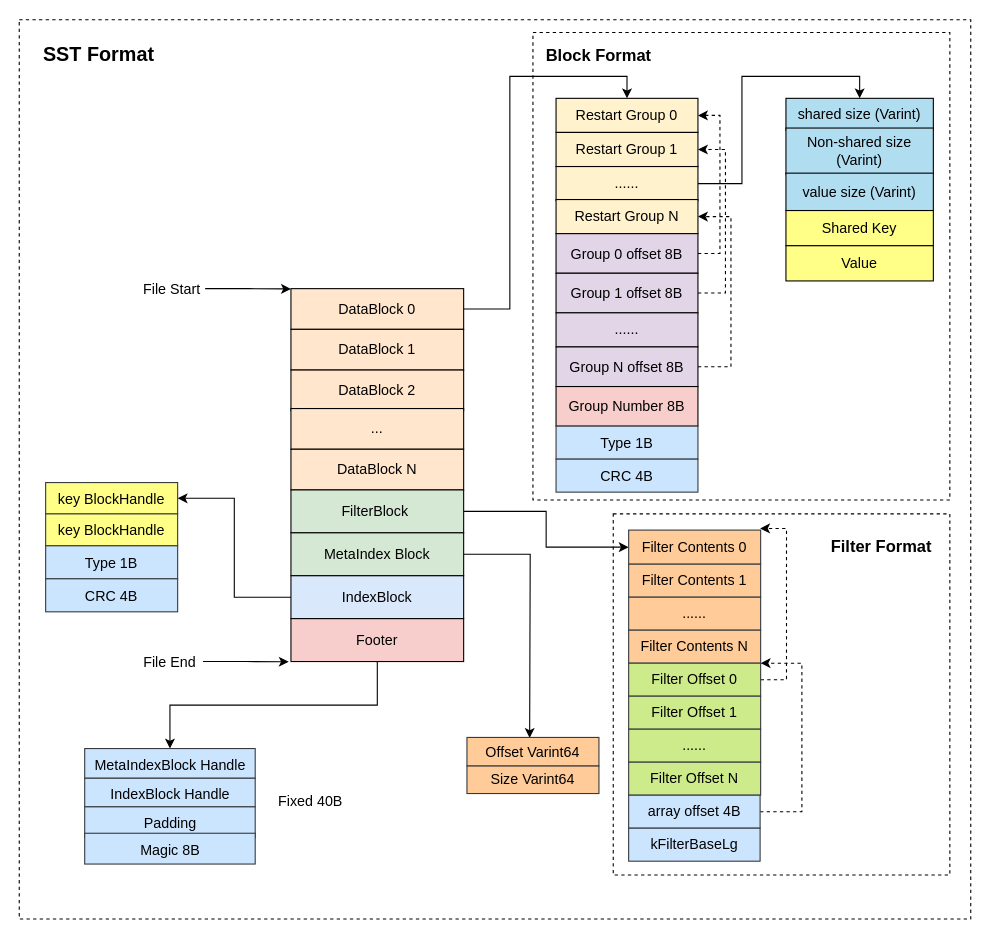
Before: page "第 1 页" (1 of 2) of LevelDB Code.drawio in Holworth/DrawIO, a draw.io diagram. Source tidied: cells renumbered, new cells numbered last; positions are measured from the earlier drawing's top-left corner, leaving out a move shared by most shapes. Both pictures are drawn from the tidied source at 110%, with x=0, y=0 at pixel (19, 19).
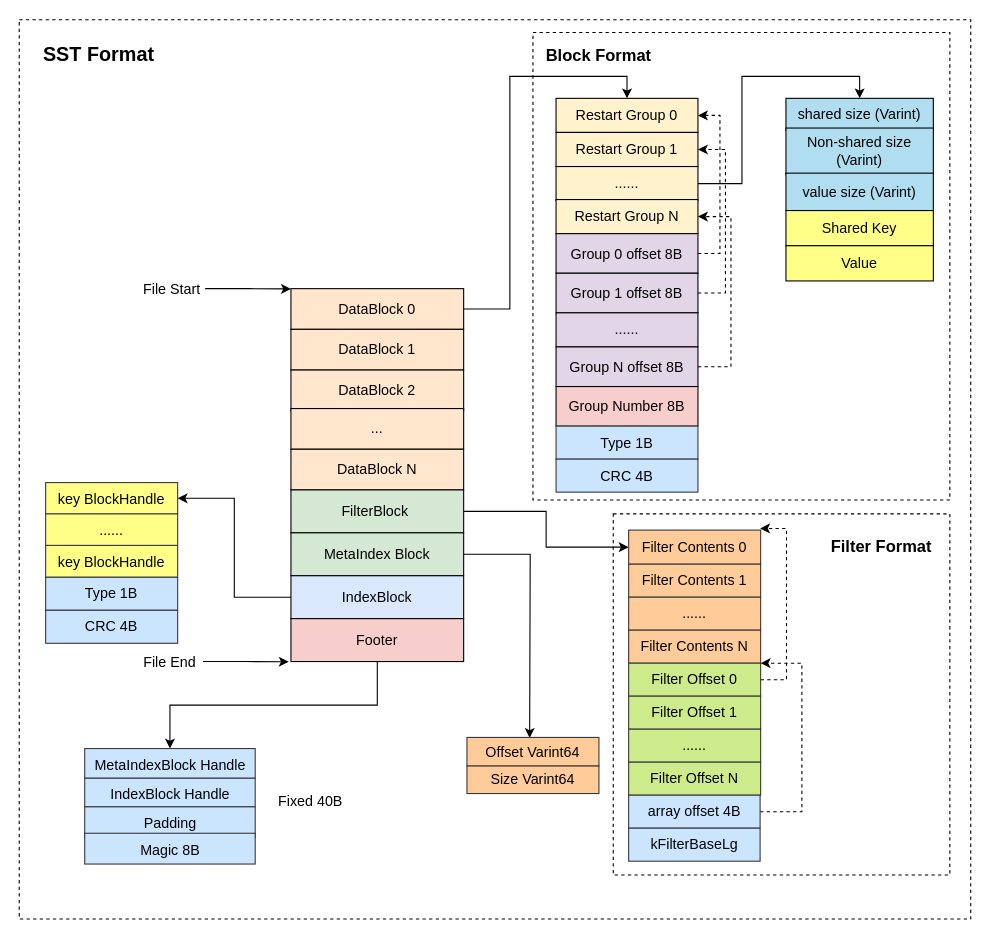
The same diagram, later.

What changed in the source:
```diff
@@
     <mxCell id="58" value="key BlockHandle" style="rounded=0;whiteSpace=wrap;html=1;fontSize=13;strokeWidth=1;fillColor=#ffff88;strokeColor=#36393d;" parent="1" vertex="1">
-      <mxGeometry x="24" y="449.7" width="120" height="29" as="geometry" />
+      <mxGeometry x="24" y="478.3" width="120" height="29" as="geometry" />
     </mxCell>
     <mxCell id="59" value="Type 1B" style="rounded=0;whiteSpace=wrap;html=1;fontSize=13;strokeWidth=1;fillColor=#cce5ff;strokeColor=#36393d;" parent="1" vertex="1">
-      <mxGeometry x="24" y="478.7" width="120" height="30" as="geometry" />
+      <mxGeometry x="24" y="507.3" width="120" height="30" as="geometry" />
     </mxCell>
     <mxCell id="60" value="CRC 4B" style="rounded=0;whiteSpace=wrap;html=1;fontSize=13;strokeWidth=1;fillColor=#cce5ff;strokeColor=#36393d;" parent="1" vertex="1">
-      <mxGeometry x="24" y="508.7" width="120" height="30" as="geometry" />
+      <mxGeometry x="24" y="537.3" width="120" height="30" as="geometry" />
     </mxCell>
@@
+    <mxCell id="69" value="......" style="rounded=0;whiteSpace=wrap;html=1;fontSize=13;strokeWidth=1;fillColor=#ffff88;strokeColor=#36393d;" parent="1" vertex="1">
+      <mxGeometry x="24" y="449.7" width="120" height="28.6" as="geometry" />
+    </mxCell>
```
